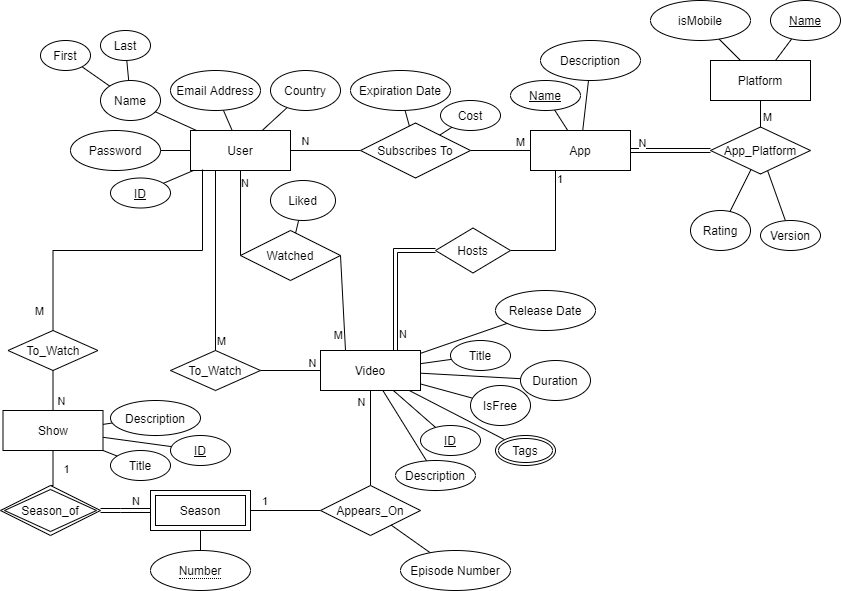
Earlier version of the draw.io export Diagrams/Project ERD.png (zadimarco/Database-Final). Source tidied: cells renumbered, new cells last; positions are measured from the earlier drawing's top-left corner, leaving out a move shared by most shapes.
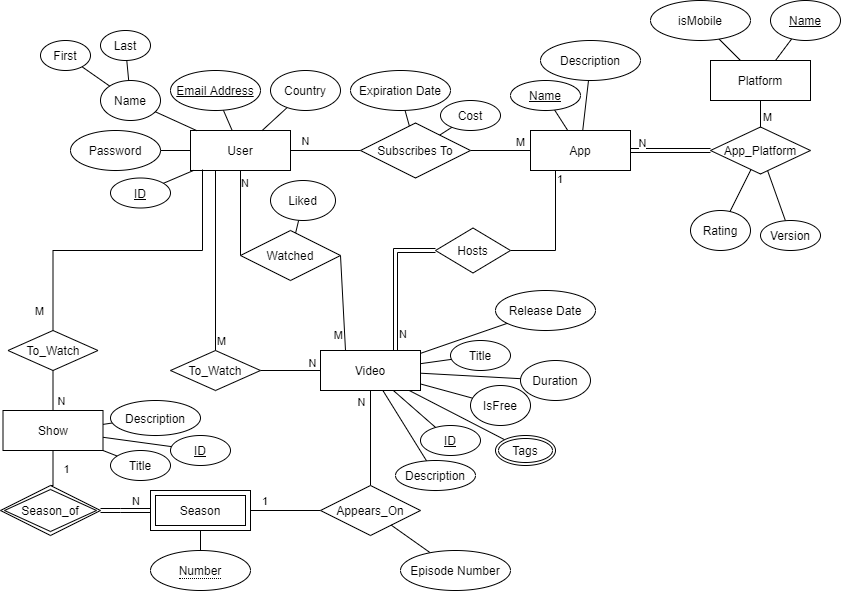
After the commit.

Diff of the diagram source:
```diff
@@ -49,7 +49,7 @@
     <mxCell id="16" style="edgeStyle=none;rounded=0;jettySize=auto;html=1;endArrow=none;endFill=0;" parent="1" edge="1" source="17" target="2">
       <mxGeometry relative="1" as="geometry" />
     </mxCell>
-    <mxCell id="17" value="Email Address" style="ellipse;whiteSpace=wrap;html=1;align=center;fontStyle=0;" parent="1" vertex="1">
+    <mxCell id="17" value="Email Address" style="ellipse;whiteSpace=wrap;html=1;align=center;fontStyle=4;" parent="1" vertex="1">
       <mxGeometry x="170" y="70" width="90" height="40" as="geometry" />
     </mxCell>
     <mxCell id="18" style="edgeStyle=none;rounded=0;jettySize=auto;html=1;endArrow=none;endFill=0;" parent="1" edge="1" source="19" target="2">
```
